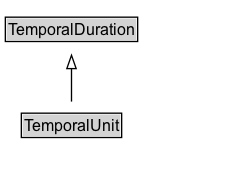
ISO-TC204/ontology-import-time keeps this Graphviz diagram as docs/diagrams/TemporalUnit.dot.png. Above is the earlier version. Its source is kept beside it as docs/diagrams/TemporalUnit.dot. The source it was exported from:
```dot
digraph {
	graph [overlap=false rankdir=TB splines=true]
	node [fontname=Arial fontsize=12 margin=0 shape=none]
	edge [fontname=Arial fontsize=11]
	{
		rank=max
		TemporalUnit [label=<<TABLE BORDER="1" CELLBORDER="0" CELLSPACING="0" CELLPADDING="1"><TR><TD BGCOLOR="lightgray" ALIGN="CENTER" PORT="e">TemporalUnit</TD></TR></TABLE>> URL="../TemporalUnit" margin=0]
	}
	subgraph cluster_associated {
		label="" style=invis
		Invis [label=<<TABLE BORDER="0" CELLBORDER="0" CELLSPACING="0" CELLPADDING="1"><TR><TD></TD></TR></TABLE>> margin=0 style=invis]
	}
	TemporalDuration [label=<<TABLE BORDER="1" CELLBORDER="0" CELLSPACING="0" CELLPADDING="1"><TR><TD BGCOLOR="lightgray" ALIGN="CENTER">TemporalDuration</TD></TR></TABLE>> URL="../TemporalDuration" margin=0]
	TemporalUnit -> TemporalDuration [arrowhead=onormal style=solid]
}
```
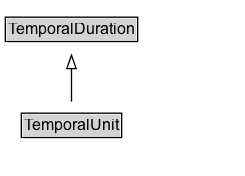
The same file after the commit.

Change to the diagram source:
```diff
@@ -3,13 +3,16 @@
 	node [fontname=Arial fontsize=12 margin=0 shape=none]
 	edge [fontname=Arial fontsize=11]
 	{
+		rank=source
+		TemporalDuration [label=<<TABLE BORDER="1" CELLBORDER="0" CELLSPACING="0" CELLPADDING="1"><TR><TD BGCOLOR="lightgray" ALIGN="CENTER">TemporalDuration</TD></TR></TABLE>> URL="../TemporalDuration" margin=0]
+	}
+	TemporalUnit [label=<<TABLE BORDER="1" CELLBORDER="0" CELLSPACING="0" CELLPADDING="1"><TR><TD BGCOLOR="lightgray" ALIGN="CENTER">TemporalUnit</TD></TR></TABLE>> URL="../TemporalUnit" margin=0]
+	{
 		rank=max
-		TemporalUnit [label=<<TABLE BORDER="1" CELLBORDER="0" CELLSPACING="0" CELLPADDING="1"><TR><TD BGCOLOR="lightgray" ALIGN="CENTER" PORT="e">TemporalUnit</TD></TR></TABLE>> URL="../TemporalUnit" margin=0]
 	}
 	subgraph cluster_associated {
 		label="" style=invis
 		Invis [label=<<TABLE BORDER="0" CELLBORDER="0" CELLSPACING="0" CELLPADDING="1"><TR><TD></TD></TR></TABLE>> margin=0 style=invis]
 	}
-	TemporalDuration [label=<<TABLE BORDER="1" CELLBORDER="0" CELLSPACING="0" CELLPADDING="1"><TR><TD BGCOLOR="lightgray" ALIGN="CENTER">TemporalDuration</TD></TR></TABLE>> URL="../TemporalDuration" margin=0]
 	TemporalUnit -> TemporalDuration [arrowhead=onormal style=solid]
 }
```
